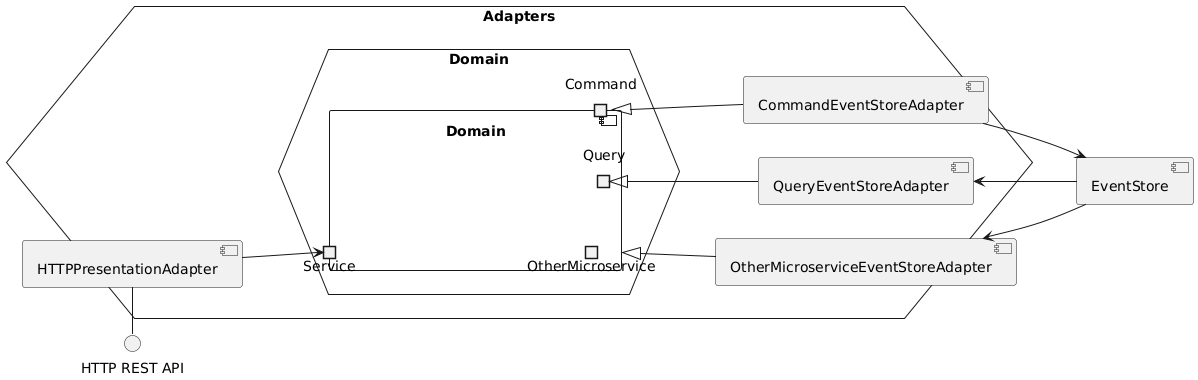
The PlantUML diagram doc/diagrams/generic-microservice-components.png in Ventus218/SAP-assignment-03, before a commit.
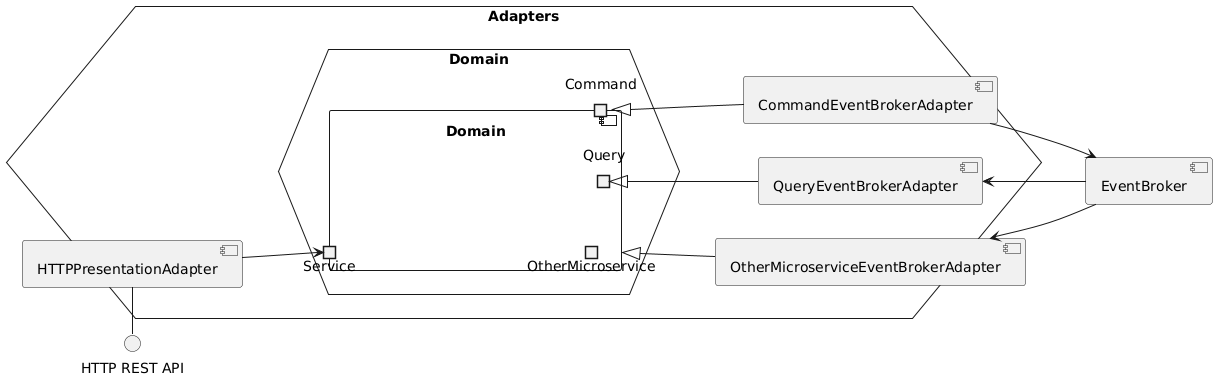
After the commit.

The edit, as a diff of the source:
```diff
@@ -2,7 +2,7 @@
 
 left to right direction
 
-component EventStore
+component EventBroker
 interface "HTTP REST API" as API
 
 hexagon Adapters {
@@ -19,17 +19,17 @@
     HTTPAdapter -d-> Service
     HTTPAdapter -l-() API
 
-    component OtherMicroserviceEventStoreAdapter
-    OtherMicroserviceEventStoreAdapter -u-|> OtherMicroservice
-    OtherMicroserviceEventStoreAdapter <-r- EventStore
+    component OtherMicroserviceEventBrokerAdapter
+    OtherMicroserviceEventBrokerAdapter -u-|> OtherMicroservice
+    OtherMicroserviceEventBrokerAdapter <-r- EventBroker
 
-    component QueryEventStoreAdapter
-    QueryEventStoreAdapter -u-|> Query
-    QueryEventStoreAdapter <-- EventStore
+    component QueryEventBrokerAdapter
+    QueryEventBrokerAdapter -u-|> Query
+    QueryEventBrokerAdapter <-- EventBroker
 
-    component CommandEventStoreAdapter
-    CommandEventStoreAdapter -u-|> Command
-    CommandEventStoreAdapter --> EventStore
+    component CommandEventBrokerAdapter
+    CommandEventBrokerAdapter -u-|> Command
+    CommandEventBrokerAdapter --> EventBroker
 }
 
 @enduml
```
